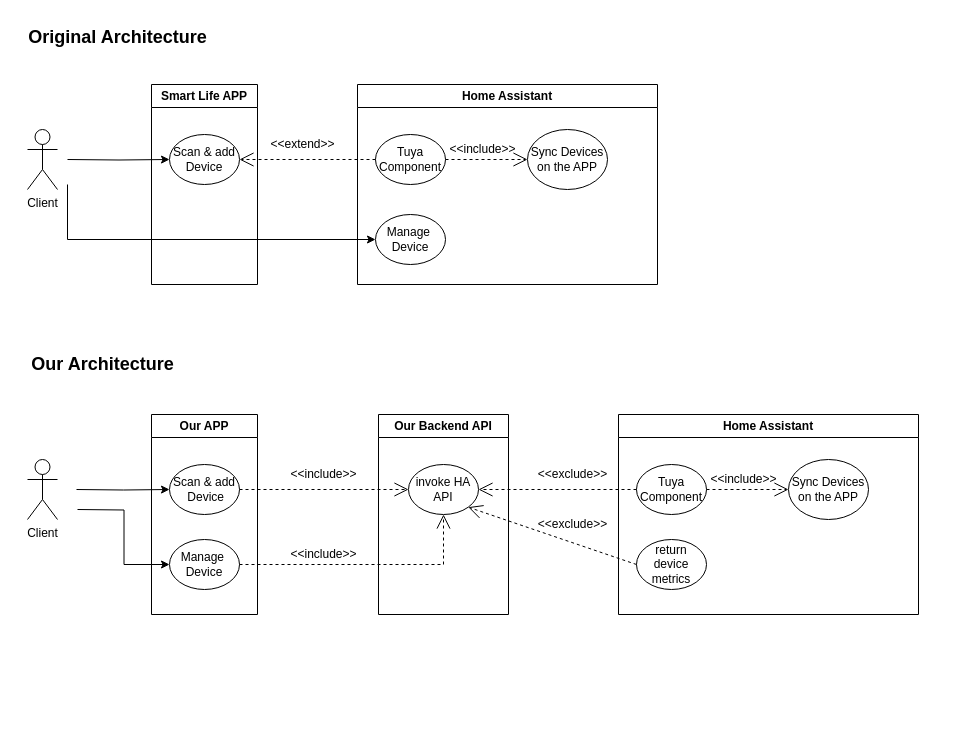
Before: doc/useCase.drawio in weiyo176/HomeAssisstantIntegration, a draw.io diagram. Source tidied: cells renumbered, new cells numbered last; positions are measured from the earlier drawing's top-left corner, leaving out a move shared by most shapes. Both pictures are drawn from the tidied source at 100%, with x=0, y=0 at pixel (17, 17).
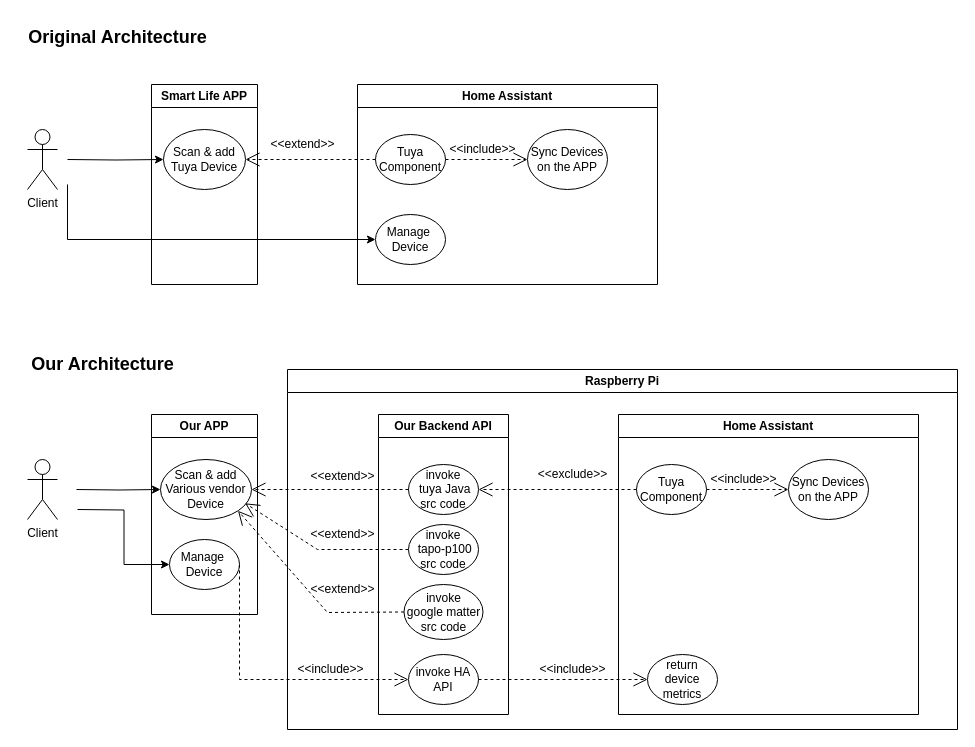
Above is the later version.

Commit message:
update useCase.drawio, differ vendors of scanning device

The change refers to these unchanged cells:
```xml
<mxCell id="2" value="Smart Life APP" style="swimlane;whiteSpace=wrap;html=1;" parent="1" vertex="1">
  <mxGeometry x="134" y="67" width="106" height="200" as="geometry" />
</mxCell>
<mxCell id="14" value="Our APP" style="swimlane;whiteSpace=wrap;html=1;" parent="1" vertex="1">
  <mxGeometry x="134" y="397" width="106" height="200" as="geometry" />
</mxCell>
<mxCell id="16" value="Manage&amp;nbsp;&lt;div&gt;&lt;span style=&quot;background-color: initial;&quot;&gt;Device&lt;/span&gt;&lt;/div&gt;" style="ellipse;whiteSpace=wrap;html=1;" parent="14" vertex="1">
  <mxGeometry x="18" y="125" width="70" height="50" as="geometry" />
</mxCell>
```

What changed in the source:
```diff
@@
-    <mxCell id="3" value="Scan &amp;amp; add&lt;div&gt;&lt;span style=&quot;background-color: initial;&quot;&gt;Device&lt;/span&gt;&lt;/div&gt;" style="ellipse;whiteSpace=wrap;html=1;" parent="2" vertex="1">
-      <mxGeometry x="18" y="50" width="70" height="50" as="geometry" />
+    <mxCell id="3" value="Scan &amp;amp; add&lt;div&gt;&lt;span style=&quot;background-color: initial;&quot;&gt;Tuya Device&lt;/span&gt;&lt;/div&gt;" style="ellipse;whiteSpace=wrap;html=1;" parent="2" vertex="1">
+      <mxGeometry x="12" y="45" width="82" height="60" as="geometry" />
     </mxCell>
@@
-    <mxCell id="15" value="Scan &amp;amp; add&lt;div&gt;&amp;nbsp;&lt;span style=&quot;background-color: initial;&quot;&gt;Device&lt;/span&gt;&lt;/div&gt;" style="ellipse;whiteSpace=wrap;html=1;" parent="14" vertex="1">
-      <mxGeometry x="18" y="50" width="70" height="50" as="geometry" />
+    <mxCell id="15" value="Scan &amp;amp; add&lt;div&gt;&amp;nbsp;Various vendor&amp;nbsp;&lt;/div&gt;&lt;div&gt;&lt;span style=&quot;background-color: initial;&quot;&gt;Device&lt;/span&gt;&lt;/div&gt;" style="ellipse;whiteSpace=wrap;html=1;" parent="14" vertex="1">
+      <mxGeometry x="9" y="45" width="91" height="60" as="geometry" />
     </mxCell>
@@
     <mxCell id="17" value="Home Assistant" style="swimlane;whiteSpace=wrap;html=1;" parent="1" vertex="1">
-      <mxGeometry x="601" y="397" width="300" height="200" as="geometry" />
+      <mxGeometry x="601" y="397" width="300" height="300" as="geometry" />
     </mxCell>
@@
-    <mxCell id="22" value="return device metrics" style="ellipse;whiteSpace=wrap;html=1;" parent="17" vertex="1">
-      <mxGeometry x="18" y="125" width="70" height="50" as="geometry" />
-    </mxCell>
@@
-    <mxCell id="25" style="endArrow=open;endSize=12;dashed=1;html=1;rounded=0;exitX=1;exitY=0.5;exitDx=0;exitDy=0;entryX=0;entryY=0.5;entryDx=0;entryDy=0;" parent="1" edge="1" source="15" target="28">
-      <mxGeometry relative="1" as="geometry" />
+    <mxCell id="25" style="endArrow=open;endSize=12;dashed=1;html=1;rounded=0;exitX=0;exitY=0.5;exitDx=0;exitDy=0;entryX=0.93;entryY=0.73;entryDx=0;entryDy=0;entryPerimeter=0;" parent="1" edge="1" source="41" target="15">
+      <mxGeometry relative="1" as="geometry">
+        <Array as="points">
+          <mxPoint x="300" y="532" />
+        </Array>
+      </mxGeometry>
     </mxCell>
-    <mxCell id="26" value="&amp;lt;&amp;lt;include&amp;gt;&amp;gt;" style="text;html=1;align=center;verticalAlign=middle;strokeColor=none;fillColor=none;" parent="1" vertex="1">
-      <mxGeometry x="261" y="442" width="90" height="30" as="geometry" />
-    </mxCell>
     <mxCell id="27" value="Our Backend API" style="swimlane;whiteSpace=wrap;html=1;" parent="1" vertex="1">
-      <mxGeometry x="361" y="397" width="130" height="200" as="geometry" />
+      <mxGeometry x="361" y="397" width="130" height="300" as="geometry" />
     </mxCell>
-    <mxCell id="28" value="invoke HA&lt;div&gt;API&lt;/div&gt;" style="ellipse;whiteSpace=wrap;html=1;" parent="27" vertex="1">
+    <mxCell id="28" value="invoke&lt;div&gt;&amp;nbsp;tuya&amp;nbsp;&lt;span style=&quot;background-color: initial;&quot;&gt;Java&lt;/span&gt;&lt;div&gt;&lt;div&gt;src code&lt;/div&gt;&lt;/div&gt;&lt;/div&gt;" style="ellipse;whiteSpace=wrap;html=1;" parent="27" vertex="1">
       <mxGeometry x="30" y="50" width="70" height="50" as="geometry" />
     </mxCell>
-    <mxCell id="29" value="&amp;lt;&amp;lt;exclude&amp;gt;&amp;gt;" style="text;html=1;align=center;verticalAlign=middle;strokeColor=none;fillColor=none;" parent="1" vertex="1">
-      <mxGeometry x="510" y="492" width="90" height="30" as="geometry" />
-    </mxCell>
@@
-    <mxCell id="32" value="&amp;lt;&amp;lt;include&amp;gt;&amp;gt;" style="text;html=1;align=center;verticalAlign=middle;strokeColor=none;fillColor=none;" parent="1" vertex="1">
-      <mxGeometry x="261" y="522" width="90" height="30" as="geometry" />
-    </mxCell>
-    <mxCell id="33" style="endArrow=open;endSize=12;dashed=1;html=1;rounded=0;exitX=1;exitY=0.5;exitDx=0;exitDy=0;entryX=0.5;entryY=1;entryDx=0;entryDy=0;" parent="1" edge="1" source="16" target="28">
-      <mxGeometry relative="1" as="geometry">
-        <Array as="points">
-          <mxPoint x="300" y="547" />
-          <mxPoint x="426" y="547" />
-        </Array>
-      </mxGeometry>
-    </mxCell>
-    <mxCell id="34" style="endArrow=open;endSize=12;dashed=1;html=1;rounded=0;exitX=0;exitY=0.5;exitDx=0;exitDy=0;entryX=1;entryY=1;entryDx=0;entryDy=0;" parent="1" edge="1" source="22" target="28">
-      <mxGeometry relative="1" as="geometry" />
-    </mxCell>
@@
+    <mxCell id="39" value="Raspberry Pi" style="swimlane;whiteSpace=wrap;html=1;startSize=23;" parent="1" vertex="1">
+      <mxGeometry x="270" y="352" width="670" height="360" as="geometry" />
+    </mxCell>
+    <mxCell id="40" value="invoke HA&lt;div&gt;API&lt;/div&gt;" style="ellipse;whiteSpace=wrap;html=1;" parent="39" vertex="1">
+      <mxGeometry x="121" y="285" width="70" height="50" as="geometry" />
+    </mxCell>
+    <mxCell id="32" value="&amp;lt;&amp;lt;include&amp;gt;&amp;gt;" style="text;html=1;align=center;verticalAlign=middle;strokeColor=none;fillColor=none;" parent="39" vertex="1">
+      <mxGeometry x="-2" y="285" width="90" height="30" as="geometry" />
+    </mxCell>
+    <mxCell id="29" value="&amp;lt;&amp;lt;include&amp;gt;&amp;gt;" style="text;html=1;align=center;verticalAlign=middle;strokeColor=none;fillColor=none;" parent="39" vertex="1">
+      <mxGeometry x="240" y="285" width="90" height="30" as="geometry" />
+    </mxCell>
+    <mxCell id="22" value="return device metrics" style="ellipse;whiteSpace=wrap;html=1;" parent="39" vertex="1">
+      <mxGeometry x="360" y="285" width="70" height="50" as="geometry" />
+    </mxCell>
+    <mxCell id="34" style="endArrow=open;endSize=12;dashed=1;html=1;rounded=0;exitX=1;exitY=0.5;exitDx=0;exitDy=0;entryX=0;entryY=0.5;entryDx=0;entryDy=0;" parent="39" edge="1" source="40" target="22">
+      <mxGeometry relative="1" as="geometry" />
+    </mxCell>
+    <mxCell id="41" value="invoke&lt;div&gt;&amp;nbsp;tapo-p100&lt;/div&gt;&lt;div&gt;src code&lt;/div&gt;" style="ellipse;whiteSpace=wrap;html=1;" parent="39" vertex="1">
+      <mxGeometry x="121" y="155" width="70" height="50" as="geometry" />
+    </mxCell>
+    <mxCell id="42" value="invoke&lt;div style=&quot;--tw-border-spacing-x: 0; --tw-border-spacing-y: 0; --tw-translate-x: 0; --tw-translate-y: 0; --tw-rotate: 0; --tw-skew-x: 0; --tw-skew-y: 0; --tw-scale-x: 1; --tw-scale-y: 1; --tw-pan-x: ; --tw-pan-y: ; --tw-pinch-zoom: ; --tw-scroll-snap-strictness: proximity; --tw-ordinal: ; --tw-slashed-zero: ; --tw-numeric-figure: ; --tw-numeric-spacing: ; --tw-numeric-fraction: ; --tw-ring-inset: ; --tw-ring-offset-width: 0px; --tw-ring-offset-color: #fff; --tw-ring-color: rgb(59 130 246 / .5); --tw-ring-offset-shadow: 0 0 #0000; --tw-ring-shadow: 0 0 #0000; --tw-shadow: 0 0 #0000; --tw-shadow-colored: 0 0 #0000; --tw-blur: ; --tw-brightness: ; --tw-contrast: ; --tw-grayscale: ; --tw-hue-rotate: ; --tw-invert: ; --tw-saturate: ; --tw-sepia: ; --tw-drop-shadow: ; --tw-backdrop-blur: ; --tw-backdrop-brightness: ; --tw-backdrop-contrast: ; --tw-backdrop-grayscale: ; --tw-backdrop-hue-rotate: ; --tw-backdrop-invert: ; --tw-backdrop-opacity: ; --tw-backdrop-saturate: ; --tw-backdrop-sepia: ;&quot;&gt;google&amp;nbsp;&lt;span style=&quot;background-color: initial;&quot;&gt;matter&lt;/span&gt;&lt;/div&gt;&lt;div style=&quot;--tw-border-spacing-x: 0; --tw-border-spacing-y: 0; --tw-translate-x: 0; --tw-translate-y: 0; --tw-rotate: 0; --tw-skew-x: 0; --tw-skew-y: 0; --tw-scale-x: 1; --tw-scale-y: 1; --tw-pan-x: ; --tw-pan-y: ; --tw-pinch-zoom: ; --tw-scroll-snap-strictness: proximity; --tw-ordinal: ; --tw-slashed-zero: ; --tw-numeric-figure: ; --tw-numeric-spacing: ; --tw-numeric-fraction: ; --tw-ring-inset: ; --tw-ring-offset-width: 0px; --tw-ring-offset-color: #fff; --tw-ring-color: rgb(59 130 246 / .5); --tw-ring-offset-shadow: 0 0 #0000; --tw-ring-shadow: 0 0 #0000; --tw-shadow: 0 0 #0000; --tw-shadow-colored: 0 0 #0000; --tw-blur: ; --tw-brightness: ; --tw-contrast: ; --tw-grayscale: ; --tw-hue-rotate: ; --tw-invert: ; --tw-saturate: ; --tw-sepia: ; --tw-drop-shadow: ; --tw-backdrop-blur: ; --tw-backdrop-brightness: ; --tw-backdrop-contrast: ; --tw-backdrop-grayscale: ; --tw-backdrop-hue-rotate: ; --tw-backdrop-invert: ; --tw-backdrop-opacity: ; --tw-backdrop-saturate: ; --tw-backdrop-sepia: ;&quot;&gt;&lt;span style=&quot;--tw-border-spacing-x: 0; --tw-border-spacing-y: 0; --tw-translate-x: 0; --tw-translate-y: 0; --tw-rotate: 0; --tw-skew-x: 0; --tw-skew-y: 0; --tw-scale-x: 1; --tw-scale-y: 1; --tw-pan-x: ; --tw-pan-y: ; --tw-pinch-zoom: ; --tw-scroll-snap-strictness: proximity; --tw-ordinal: ; --tw-slashed-zero: ; --tw-numeric-figure: ; --tw-numeric-spacing: ; --tw-numeric-fraction: ; --tw-ring-inset: ; --tw-ring-offset-width: 0px; --tw-ring-offset-color: #fff; --tw-ring-color: rgb(59 130 246 / .5); --tw-ring-offset-shadow: 0 0 #0000; --tw-ring-shadow: 0 0 #0000; --tw-shadow: 0 0 #0000; --tw-shadow-colored: 0 0 #0000; --tw-blur: ; --tw-brightness: ; --tw-contrast: ; --tw-grayscale: ; --tw-hue-rotate: ; --tw-invert: ; --tw-saturate: ; --tw-sepia: ; --tw-drop-shadow: ; --tw-backdrop-blur: ; --tw-backdrop-brightness: ; --tw-backdrop-contrast: ; --tw-backdrop-grayscale: ; --tw-backdrop-hue-rotate: ; --tw-backdrop-invert: ; --tw-backdrop-opacity: ; --tw-backdrop-saturate: ; --tw-backdrop-sepia: ; background-color: initial;&quot;&gt;src code&lt;/span&gt;&lt;/div&gt;" style="ellipse;whiteSpace=wrap;html=1;" parent="39" vertex="1">
+      <mxGeometry x="116.5" y="215" width="79" height="55" as="geometry" />
+    </mxCell>
+    <mxCell id="26" value="&amp;lt;&amp;lt;extend&amp;gt;&amp;gt;" style="text;html=1;align=center;verticalAlign=middle;strokeColor=none;fillColor=none;" parent="39" vertex="1">
+      <mxGeometry x="10" y="150" width="90" height="30" as="geometry" />
+    </mxCell>
+    <mxCell id="43" value="&amp;lt;&amp;lt;extend&amp;gt;&amp;gt;" style="text;html=1;align=center;verticalAlign=middle;strokeColor=none;fillColor=none;" parent="39" vertex="1">
+      <mxGeometry x="10" y="205" width="90" height="30" as="geometry" />
+    </mxCell>
+    <mxCell id="44" value="&amp;lt;&amp;lt;extend&amp;gt;&amp;gt;" style="text;html=1;align=center;verticalAlign=middle;strokeColor=none;fillColor=none;" parent="39" vertex="1">
+      <mxGeometry x="10" y="92" width="90" height="30" as="geometry" />
+    </mxCell>
+    <mxCell id="45" style="endArrow=open;endSize=12;dashed=1;html=1;rounded=0;exitX=1;exitY=0.5;exitDx=0;exitDy=0;entryX=0;entryY=0.5;entryDx=0;entryDy=0;" parent="1" edge="1" source="16" target="40">
+      <mxGeometry relative="1" as="geometry">
+        <Array as="points">
+          <mxPoint x="222" y="662" />
+        </Array>
+      </mxGeometry>
+    </mxCell>
+    <mxCell id="46" style="endArrow=open;endSize=12;dashed=1;html=1;rounded=0;exitX=0;exitY=0.5;exitDx=0;exitDy=0;entryX=1;entryY=1;entryDx=0;entryDy=0;" parent="1" edge="1" source="42" target="15">
+      <mxGeometry relative="1" as="geometry">
+        <Array as="points">
+          <mxPoint x="310" y="595" />
+        </Array>
+      </mxGeometry>
+    </mxCell>
+    <mxCell id="47" style="endArrow=open;endSize=12;dashed=1;html=1;rounded=0;exitX=0;exitY=0.5;exitDx=0;exitDy=0;entryX=1;entryY=0.5;entryDx=0;entryDy=0;" parent="1" edge="1" source="28" target="15">
+      <mxGeometry relative="1" as="geometry" />
+    </mxCell>
```
